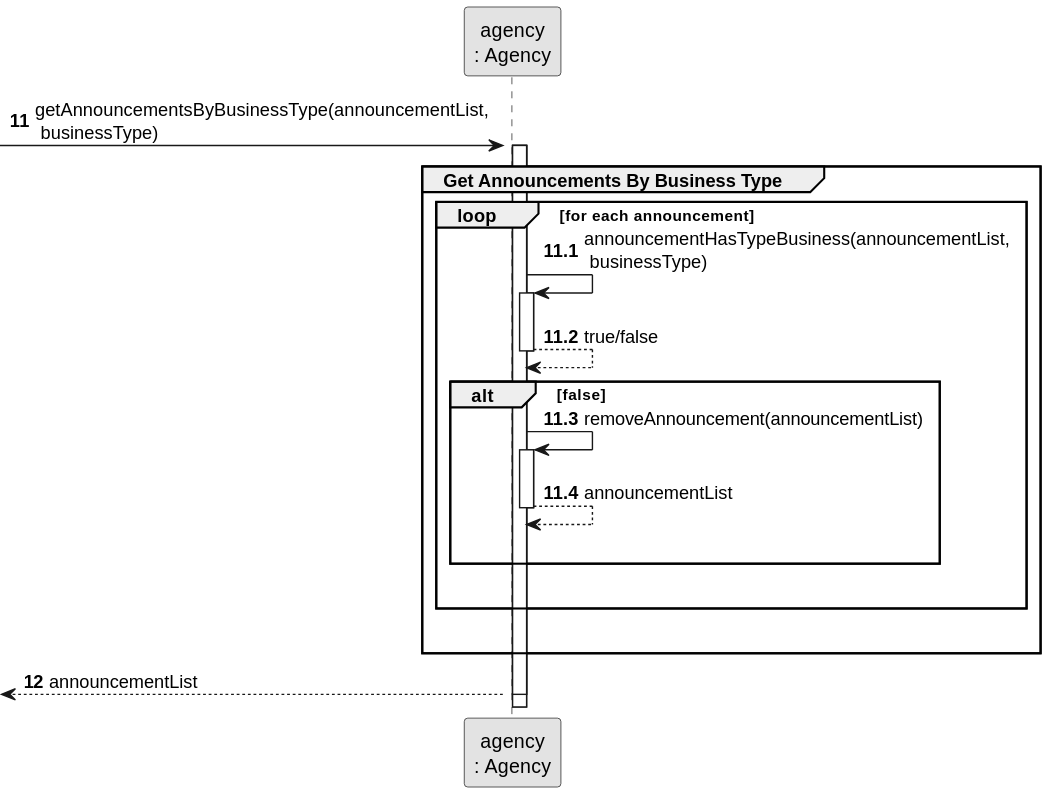
Above: docs/sprintB/us001/03.design/svg/us001-sequence-diagram-partial-get-announcements-by-business-type.svg in rita-barbosa/LAPR2-2223 (PlantUML), before the change. The source it was exported from:
```plantuml
@startuml
skinparam monochrome true
skinparam packageStyle rectangle
skinparam shadowing false

participant "agency\n: Agency" as AGENCY

autonumber 11
-> AGENCY : getAnnouncementsByBusinessType(announcementList,\n businessType)
activate AGENCY

autonumber 11.1
activate AGENCY
    group Get Announcements By Business Type

        loop for each announcement

                    AGENCY -> AGENCY : announcementHasTypeBusiness(announcementList,\n businessType)
                    activate AGENCY

                    AGENCY --> AGENCY: true/false
                    deactivate AGENCY

                    alt false
                    AGENCY -> AGENCY : removeAnnouncement(announcementList)
                    activate AGENCY

                    AGENCY --> AGENCY: announcementList
                    deactivate AGENCY
                    |||
                   end
                |||
                end
                |||
    end

    autonumber 12

    <-- AGENCY : announcementList
deactivate AGENCY
@enduml
```
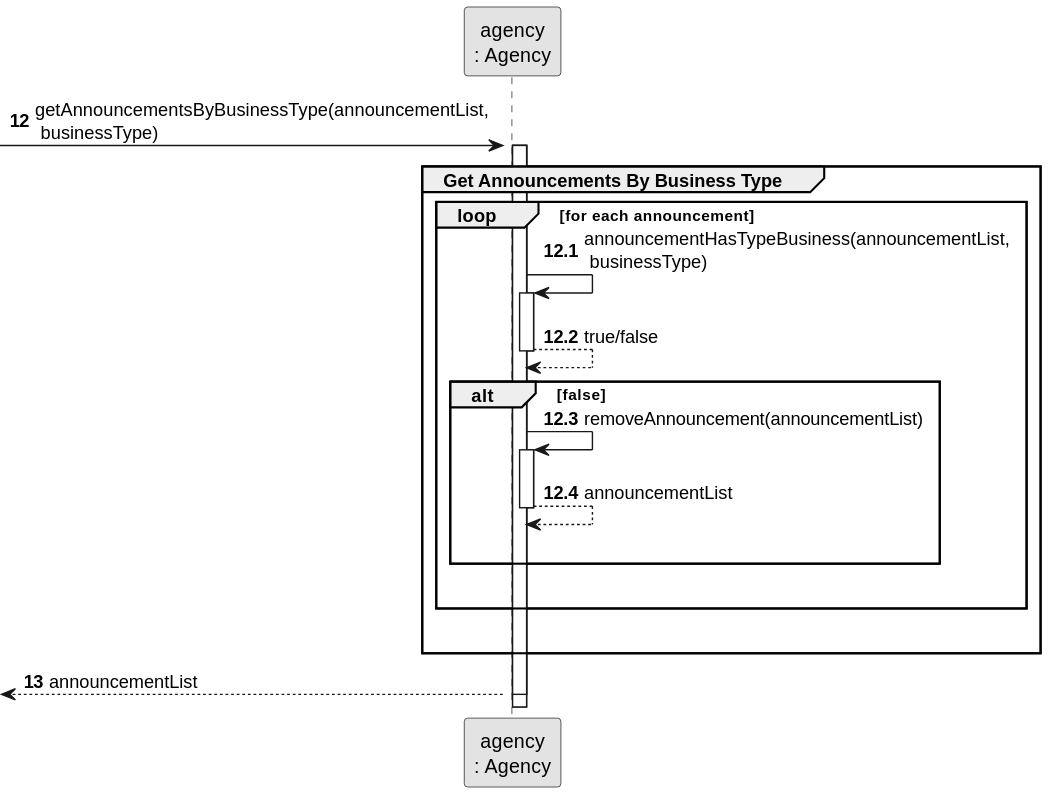
The same file after the commit.

Change to the diagram source:
```diff
@@ -5,11 +5,11 @@
 
 participant "agency\n: Agency" as AGENCY
 
-autonumber 11
+autonumber 12
 -> AGENCY : getAnnouncementsByBusinessType(announcementList,\n businessType)
 activate AGENCY
 
-autonumber 11.1
+autonumber 12.1
 activate AGENCY
     group Get Announcements By Business Type
 
@@ -34,7 +34,7 @@
                 |||
     end
 
-    autonumber 12
+    autonumber 13
 
     <-- AGENCY : announcementList
 deactivate AGENCY
```
